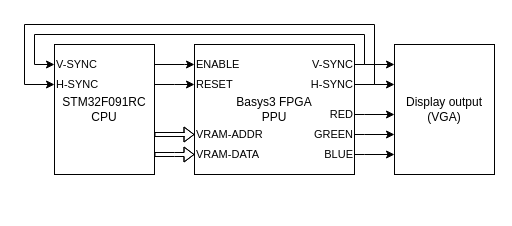
lonkaars/avans-arcade keeps this draw.io diagram as page "level-1" (1 of 3) of docs/ppu.drawio. Above is the earlier version. Source tidied: cells renumbered, new cells numbered last; positions are measured from the earlier drawing's top-left corner, leaving out a move shared by most shapes. Both pictures are drawn from the tidied source at 100%, with x=0, y=0 at pixel (24, 24).
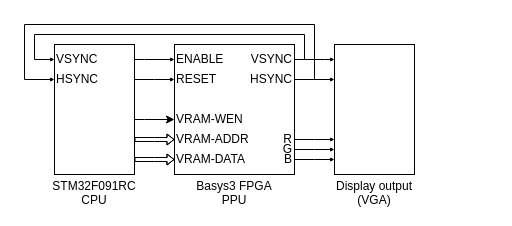
The same diagram, later.

Diff of the diagram source:
```diff
@@
-    <mxCell id="2" value="Basys3 FPGA&lt;br&gt;PPU" style="rounded=0;whiteSpace=wrap;html=1;" parent="1" vertex="1">
-      <mxGeometry x="170" y="20" width="160" height="130" as="geometry" />
+    <mxCell id="2" value="Basys3 FPGA&lt;br&gt;PPU" style="rounded=0;whiteSpace=wrap;html=1;spacingLeft=-50;spacingRight=-50;spacing=0;labelPosition=center;verticalLabelPosition=bottom;align=center;verticalAlign=top;" parent="1" vertex="1">
+      <mxGeometry x="150" y="20" width="120" height="130" as="geometry" />
     </mxCell>
-    <mxCell id="3" value="Display output&lt;br&gt;(VGA)" style="rounded=0;whiteSpace=wrap;html=1;" parent="1" vertex="1">
-      <mxGeometry x="370" y="20" width="100" height="130" as="geometry" />
+    <mxCell id="3" value="Display output&lt;br&gt;(VGA)" style="rounded=0;whiteSpace=wrap;html=1;spacingLeft=-50;spacingRight=-50;spacing=0;labelPosition=center;verticalLabelPosition=bottom;align=center;verticalAlign=top;" parent="1" vertex="1">
+      <mxGeometry x="310" y="20" width="80" height="130" as="geometry" />
     </mxCell>
+    <mxCell id="16" style="edgeStyle=orthogonalEdgeStyle;rounded=0;jettySize=auto;html=1;endSize=2;" parent="1" edge="1" source="4" target="12">
+      <mxGeometry relative="1" as="geometry">
+        <Array as="points">
+          <mxPoint x="120" y="35" />
+          <mxPoint x="120" y="35" />
+        </Array>
+      </mxGeometry>
+    </mxCell>
+    <mxCell id="17" style="edgeStyle=orthogonalEdgeStyle;rounded=0;jettySize=auto;html=1;endSize=2;" parent="1" edge="1" source="4" target="15">
+      <mxGeometry relative="1" as="geometry">
+        <Array as="points">
+          <mxPoint x="130" y="55" />
+          <mxPoint x="130" y="55" />
+        </Array>
+      </mxGeometry>
+    </mxCell>
+    <mxCell id="18" style="edgeStyle=orthogonalEdgeStyle;rounded=0;sketch=0;jettySize=auto;html=1;shadow=0;startArrow=none;startFill=0;" parent="1" edge="1" source="4" target="35">
+      <mxGeometry relative="1" as="geometry">
+        <Array as="points">
+          <mxPoint x="120" y="95" />
+          <mxPoint x="120" y="95" />
+        </Array>
+      </mxGeometry>
+    </mxCell>
-    <mxCell id="4" value="STM32F091RC&lt;br&gt;CPU" style="rounded=0;whiteSpace=wrap;html=1;" parent="1" vertex="1">
-      <mxGeometry x="30" y="20" width="100" height="130" as="geometry" />
+    <mxCell id="4" value="STM32F091RC&lt;br&gt;CPU" style="rounded=0;whiteSpace=wrap;html=1;spacingLeft=-50;spacingRight=-50;spacing=0;labelPosition=center;verticalLabelPosition=bottom;align=center;verticalAlign=top;" parent="1" vertex="1">
+      <mxGeometry x="30" y="20" width="80" height="130" as="geometry" />
     </mxCell>
+    <mxCell id="6" style="endArrow=classic;html=1;rounded=0;edgeStyle=orthogonalEdgeStyle;elbow=vertical;align=left;shape=flexArrow;width=4;startWidth=6;endWidth=6;endSize=2;startSize=3;" parent="1" edge="1" source="4" target="31">
+      <mxGeometry x="1" relative="1" as="geometry">
+        <Array as="points">
+          <mxPoint x="130" y="135" />
+          <mxPoint x="130" y="135" />
+        </Array>
+      </mxGeometry>
+    </mxCell>
+    <mxCell id="19" value="VSYNC" style="text;html=1;strokeColor=none;fillColor=none;align=left;verticalAlign=middle;whiteSpace=wrap;rounded=0;spacing=0;spacingRight=0;spacingLeft=2;" parent="1" vertex="1">
+      <mxGeometry x="30" y="30" width="10" height="10" as="geometry" />
+    </mxCell>
+    <mxCell id="20" value="HSYNC" style="text;html=1;strokeColor=none;fillColor=none;align=left;verticalAlign=middle;whiteSpace=wrap;rounded=0;spacing=0;spacingRight=0;spacingLeft=2;" parent="1" vertex="1">
+      <mxGeometry x="30" y="50" width="10" height="10" as="geometry" />
+    </mxCell>
+    <mxCell id="21" style="edgeStyle=orthogonalEdgeStyle;rounded=0;jettySize=auto;html=1;endSize=2;" parent="1" edge="1" source="23" target="3">
+      <mxGeometry relative="1" as="geometry">
+        <Array as="points">
+          <mxPoint x="300" y="35" />
+          <mxPoint x="300" y="35" />
+        </Array>
+      </mxGeometry>
+    </mxCell>
+    <mxCell id="22" style="edgeStyle=orthogonalEdgeStyle;rounded=0;jettySize=auto;html=1;entryX=0;entryY=0.5;entryDx=0;entryDy=0;endSize=2;" parent="1" edge="1" source="23" target="19">
+      <mxGeometry relative="1" as="geometry">
+        <Array as="points">
+          <mxPoint x="280" y="35" />
+          <mxPoint x="280" y="10" />
+          <mxPoint x="10" y="10" />
+          <mxPoint x="10" y="35" />
+        </Array>
+      </mxGeometry>
+    </mxCell>
+    <mxCell id="23" value="VSYNC" style="text;html=1;strokeColor=none;fillColor=none;align=right;verticalAlign=middle;whiteSpace=wrap;rounded=0;spacing=0;spacingRight=2;" parent="1" vertex="1">
+      <mxGeometry x="260" y="30" width="10" height="10" as="geometry" />
+    </mxCell>
+    <mxCell id="12" value="ENABLE" style="text;html=1;strokeColor=none;fillColor=none;align=left;verticalAlign=middle;whiteSpace=wrap;rounded=0;spacing=0;spacingRight=-50;spacingLeft=2;" parent="1" vertex="1">
+      <mxGeometry x="150" y="30" height="10" as="geometry" />
+    </mxCell>
+    <mxCell id="24" style="edgeStyle=orthogonalEdgeStyle;rounded=0;jettySize=auto;html=1;endSize=2;" parent="1" edge="1" source="26" target="3">
+      <mxGeometry relative="1" as="geometry">
+        <Array as="points">
+          <mxPoint x="290" y="55" />
+          <mxPoint x="290" y="55" />
+        </Array>
+      </mxGeometry>
+    </mxCell>
+    <mxCell id="25" style="edgeStyle=orthogonalEdgeStyle;rounded=0;jettySize=auto;html=1;entryX=0;entryY=0.5;entryDx=0;entryDy=0;endSize=2;" parent="1" edge="1" source="26" target="20">
+      <mxGeometry relative="1" as="geometry">
+        <Array as="points">
+          <mxPoint x="290" y="55" />
+          <mxPoint x="290" />
+          <mxPoint />
+          <mxPoint y="55" />
+        </Array>
+      </mxGeometry>
+    </mxCell>
+    <mxCell id="26" value="HSYNC" style="text;html=1;strokeColor=none;fillColor=none;align=right;verticalAlign=middle;whiteSpace=wrap;rounded=0;spacing=0;spacingRight=2;" parent="1" vertex="1">
+      <mxGeometry x="260" y="50" width="10" height="10" as="geometry" />
+    </mxCell>
+    <mxCell id="15" value="RESET" style="text;html=1;strokeColor=none;fillColor=none;align=left;verticalAlign=middle;whiteSpace=wrap;rounded=0;spacing=0;spacingRight=-50;spacingLeft=2;" parent="1" vertex="1">
+      <mxGeometry x="150" y="50" height="10" as="geometry" />
+    </mxCell>
+    <mxCell id="27" style="edgeStyle=orthogonalEdgeStyle;rounded=0;jettySize=auto;html=1;endSize=2;" parent="1" edge="1" source="28" target="3">
+      <mxGeometry relative="1" as="geometry">
+        <Array as="points">
+          <mxPoint x="290" y="125" />
+          <mxPoint x="290" y="125" />
+        </Array>
+      </mxGeometry>
+    </mxCell>
+    <mxCell id="28" value="G" style="text;html=1;strokeColor=none;fillColor=none;align=right;verticalAlign=middle;whiteSpace=wrap;rounded=0;spacing=0;spacingRight=2;" parent="1" vertex="1">
+      <mxGeometry x="260" y="120" width="10" height="10" as="geometry" />
+    </mxCell>
-    <mxCell id="5" value="VRAM-ADDR" style="endArrow=classic;html=1;rounded=0;edgeStyle=orthogonalEdgeStyle;elbow=vertical;align=left;shape=flexArrow;strokeWidth=1;endSize=3;startSize=3;targetPerimeterSpacing=0;width=4;startWidth=10;endWidth=10;" parent="1" edge="1" source="4" target="2">
-      <mxGeometry x="1" relative="1" as="geometry">
-        <Array as="points">
-          <mxPoint x="160" y="110" />
-          <mxPoint x="160" y="110" />
-        </Array>
-      </mxGeometry>
+    <mxCell id="5" value="VRAM-ADDR" style="text;html=1;strokeColor=none;fillColor=none;align=left;verticalAlign=middle;whiteSpace=wrap;rounded=0;spacing=0;spacingRight=-100;spacingLeft=2;" parent="1" vertex="1">
+      <mxGeometry x="150" y="110" height="10" as="geometry" />
     </mxCell>
-    <mxCell id="6" value="VRAM-DATA" style="endArrow=classic;html=1;rounded=0;edgeStyle=orthogonalEdgeStyle;elbow=vertical;align=left;shape=flexArrow;width=4;startWidth=10;endWidth=10;endSize=3;startSize=3;" parent="1" edge="1" source="4" target="2">
-      <mxGeometry x="1" relative="1" as="geometry">
-        <Array as="points">
-          <mxPoint x="150" y="130" />
-          <mxPoint x="150" y="130" />
-        </Array>
-      </mxGeometry>
-    </mxCell>
-    <mxCell id="7" value="V-SYNC" style="edgeStyle=orthogonalEdgeStyle;rounded=0;jettySize=auto;html=1;align=right;" parent="1" edge="1" source="2" target="3">
-      <mxGeometry x="-1" relative="1" as="geometry">
-        <Array as="points">
-          <mxPoint x="340" y="40" />
-          <mxPoint x="340" y="40" />
-        </Array>
-      </mxGeometry>
-    </mxCell>
-    <mxCell id="8" value="H-SYNC" style="edgeStyle=orthogonalEdgeStyle;rounded=0;jettySize=auto;html=1;align=right;" parent="1" edge="1" source="2" target="3">
-      <mxGeometry x="-1" relative="1" as="geometry">
-        <Array as="points">
-          <mxPoint x="350" y="60" />
-          <mxPoint x="350" y="60" />
-        </Array>
-      </mxGeometry>
-    </mxCell>
-    <mxCell id="9" value="RED" style="edgeStyle=orthogonalEdgeStyle;rounded=0;jettySize=auto;html=1;align=right;" parent="1" edge="1" source="2" target="3">
-      <mxGeometry x="-1" relative="1" as="geometry">
-        <Array as="points">
-          <mxPoint x="340" y="90" />
-          <mxPoint x="340" y="90" />
-        </Array>
-      </mxGeometry>
-    </mxCell>
-    <mxCell id="10" value="GREEN" style="edgeStyle=orthogonalEdgeStyle;rounded=0;jettySize=auto;html=1;align=right;" parent="1" edge="1" source="2" target="3">
-      <mxGeometry x="-1" relative="1" as="geometry">
-        <Array as="points">
-          <mxPoint x="340" y="110" />
-          <mxPoint x="340" y="110" />
-        </Array>
-      </mxGeometry>
-    </mxCell>
-    <mxCell id="11" value="BLUE" style="edgeStyle=orthogonalEdgeStyle;rounded=0;jettySize=auto;html=1;align=right;" parent="1" edge="1" source="2" target="3">
-      <mxGeometry x="-1" relative="1" as="geometry">
-        <Array as="points">
-          <mxPoint x="340" y="130" />
-          <mxPoint x="340" y="130" />
-        </Array>
-      </mxGeometry>
-    </mxCell>
-    <mxCell id="12" value="ENABLE" style="endArrow=classic;html=1;rounded=0;edgeStyle=orthogonalEdgeStyle;elbow=vertical;align=left;" parent="1" edge="1" source="4" target="2">
-      <mxGeometry x="1" relative="1" as="geometry">
-        <Array as="points">
-          <mxPoint x="160" y="40" />
-          <mxPoint x="160" y="40" />
-        </Array>
-      </mxGeometry>
-    </mxCell>
-    <mxCell id="13" value="V-SYNC" style="edgeStyle=orthogonalEdgeStyle;rounded=0;jettySize=auto;html=1;align=left;" parent="1" edge="1" source="2" target="4">
-      <mxGeometry x="1" relative="1" as="geometry">
-        <Array as="points">
-          <mxPoint x="340" y="40" />
-          <mxPoint x="340" y="10" />
-          <mxPoint x="10" y="10" />
-          <mxPoint x="10" y="40" />
-        </Array>
-      </mxGeometry>
-    </mxCell>
-    <mxCell id="14" value="H-SYNC" style="edgeStyle=orthogonalEdgeStyle;rounded=0;jettySize=auto;html=1;align=left;" parent="1" edge="1" source="2" target="4">
-      <mxGeometry x="1" relative="1" as="geometry">
-        <Array as="points">
-          <mxPoint x="350" y="60" />
-          <mxPoint x="350" />
-          <mxPoint />
-          <mxPoint y="60" />
-        </Array>
-      </mxGeometry>
-    </mxCell>
-    <mxCell id="15" value="RESET" style="endArrow=classic;html=1;rounded=0;edgeStyle=orthogonalEdgeStyle;elbow=vertical;align=left;" parent="1" edge="1" source="4" target="2">
-      <mxGeometry x="1" relative="1" as="geometry">
-        <Array as="points">
-          <mxPoint x="150" y="60" />
-          <mxPoint x="150" y="60" />
-        </Array>
-      </mxGeometry>
-    </mxCell>
+    <mxCell id="29" style="edgeStyle=orthogonalEdgeStyle;rounded=0;jettySize=auto;html=1;endSize=2;" parent="1" edge="1" source="30" target="3">
+      <mxGeometry relative="1" as="geometry">
+        <Array as="points">
+          <mxPoint x="290" y="135" />
+          <mxPoint x="290" y="135" />
+        </Array>
+      </mxGeometry>
+    </mxCell>
+    <mxCell id="30" value="B" style="text;html=1;strokeColor=none;fillColor=none;align=right;verticalAlign=middle;whiteSpace=wrap;rounded=0;spacing=0;spacingRight=2;" parent="1" vertex="1">
+      <mxGeometry x="260" y="130" width="10" height="10" as="geometry" />
+    </mxCell>
+    <mxCell id="31" value="VRAM-DATA" style="text;html=1;strokeColor=none;fillColor=none;align=left;verticalAlign=middle;whiteSpace=wrap;rounded=0;spacing=0;spacingRight=-100;spacingLeft=2;" parent="1" vertex="1">
+      <mxGeometry x="150" y="130" height="10" as="geometry" />
+    </mxCell>
+    <mxCell id="32" style="edgeStyle=orthogonalEdgeStyle;rounded=0;jettySize=auto;html=1;endSize=2;" parent="1" edge="1" source="33" target="3">
+      <mxGeometry relative="1" as="geometry">
+        <Array as="points">
+          <mxPoint x="290" y="115" />
+          <mxPoint x="290" y="115" />
+        </Array>
+      </mxGeometry>
+    </mxCell>
+    <mxCell id="33" value="R" style="text;html=1;strokeColor=none;fillColor=none;align=right;verticalAlign=middle;whiteSpace=wrap;rounded=0;spacing=0;spacingRight=2;" parent="1" vertex="1">
+      <mxGeometry x="260" y="110" width="10" height="10" as="geometry" />
+    </mxCell>
+    <mxCell id="34" style="endArrow=classic;html=1;rounded=0;edgeStyle=orthogonalEdgeStyle;elbow=vertical;align=left;shape=flexArrow;width=4;startWidth=6;endWidth=6;endSize=2;startSize=3;" parent="1" edge="1" source="4" target="5">
+      <mxGeometry x="1" relative="1" as="geometry">
+        <Array as="points">
+          <mxPoint x="130" y="115" />
+          <mxPoint x="130" y="115" />
+        </Array>
+      </mxGeometry>
+    </mxCell>
+    <mxCell id="35" value="VRAM-WEN" style="text;html=1;strokeColor=none;fillColor=none;align=left;verticalAlign=middle;whiteSpace=wrap;rounded=0;spacing=0;spacingRight=-100;spacingLeft=2;" parent="1" vertex="1">
+      <mxGeometry x="150" y="90" height="10" as="geometry" />
+    </mxCell>
```
